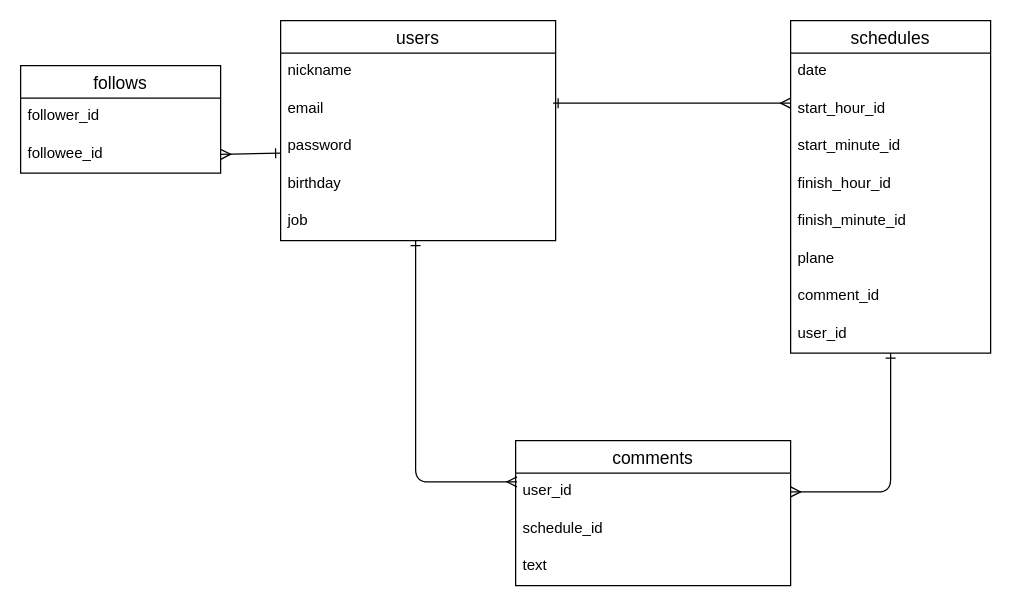
Before: ER.dio in shindo244244/timeschedule, a draw.io diagram. Source tidied: cells renumbered, new cells numbered last; positions are measured from the earlier drawing's top-left corner, leaving out a move shared by most shapes. Both pictures are drawn from the tidied source at 125%, with x=0, y=0 at pixel (20, 20).
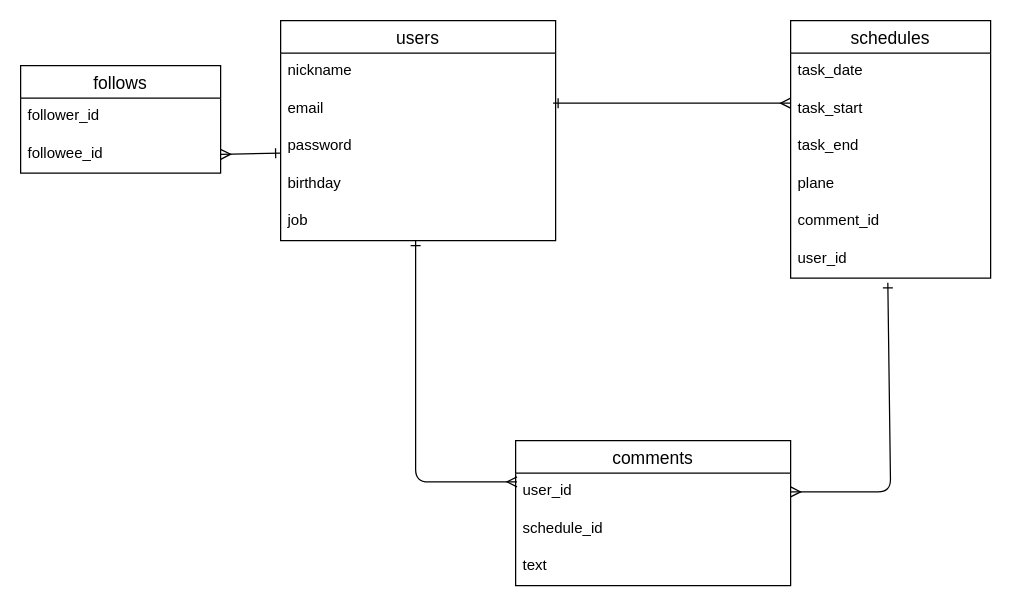
After the change.

The change refers to these unchanged cells:
```xml
<mxCell id="18" value="user_id" style="text;strokeColor=none;fillColor=none;spacingLeft=4;spacingRight=4;overflow=hidden;points=[[0,0.5],[1,0.5]];portConstraint=eastwest;fontSize=12;" parent="17" vertex="1">
  <mxGeometry y="26" width="220" height="30" as="geometry" />
</mxCell>
```

Diff of the diagram source:
```diff
@@
     <mxCell id="8" value="schedules" style="swimlane;fontStyle=0;horizontal=1;startSize=26;align=center;fontSize=14;" parent="1" vertex="1">
-      <mxGeometry x="616" width="160" height="266" as="geometry" />
+      <mxGeometry x="616" width="160" height="206" as="geometry" />
     </mxCell>
-    <mxCell id="9" value="date" style="text;strokeColor=none;fillColor=none;spacingLeft=4;spacingRight=4;overflow=hidden;fontSize=12;" parent="8" vertex="1">
+    <mxCell id="9" value="task_date" style="text;strokeColor=none;fillColor=none;spacingLeft=4;spacingRight=4;overflow=hidden;fontSize=12;" parent="8" vertex="1">
       <mxGeometry y="26" width="160" height="30" as="geometry" />
     </mxCell>
-    <mxCell id="10" value="start_hour_id" style="text;strokeColor=none;fillColor=none;spacingLeft=4;spacingRight=4;overflow=hidden;fontSize=12;" parent="8" vertex="1">
+    <mxCell id="10" value="task_start" style="text;strokeColor=none;fillColor=none;spacingLeft=4;spacingRight=4;overflow=hidden;fontSize=12;" parent="8" vertex="1">
       <mxGeometry y="56" width="160" height="30" as="geometry" />
     </mxCell>
-    <mxCell id="11" value="start_minute_id" style="text;strokeColor=none;fillColor=none;spacingLeft=4;spacingRight=4;overflow=hidden;fontSize=12;" parent="8" vertex="1">
+    <mxCell id="11" value="task_end" style="text;strokeColor=none;fillColor=none;spacingLeft=4;spacingRight=4;overflow=hidden;fontSize=12;" parent="8" vertex="1">
       <mxGeometry y="86" width="160" height="30" as="geometry" />
     </mxCell>
-    <mxCell id="12" value="finish_hour_id" style="text;strokeColor=none;fillColor=none;spacingLeft=4;spacingRight=4;overflow=hidden;fontSize=12;" parent="8" vertex="1">
-      <mxGeometry y="116" width="160" height="30" as="geometry" />
-    </mxCell>
-    <mxCell id="13" value="finish_minute_id" style="text;strokeColor=none;fillColor=none;spacingLeft=4;spacingRight=4;overflow=hidden;fontSize=12;" parent="8" vertex="1">
-      <mxGeometry y="146" width="160" height="30" as="geometry" />
-    </mxCell>
     <mxCell id="14" value="plane" style="text;strokeColor=none;fillColor=none;spacingLeft=4;spacingRight=4;overflow=hidden;fontSize=12;" parent="8" vertex="1">
-      <mxGeometry y="176" width="160" height="30" as="geometry" />
+      <mxGeometry y="116" width="160" height="30" as="geometry" />
     </mxCell>
     <mxCell id="15" value="comment_id" style="text;strokeColor=none;fillColor=none;spacingLeft=4;spacingRight=4;overflow=hidden;fontSize=12;" parent="8" vertex="1">
-      <mxGeometry y="206" width="160" height="30" as="geometry" />
+      <mxGeometry y="146" width="160" height="30" as="geometry" />
     </mxCell>
     <mxCell id="16" value="user_id" style="text;strokeColor=none;fillColor=none;spacingLeft=4;spacingRight=4;overflow=hidden;points=[[0,0.5],[1,0.5]];portConstraint=eastwest;fontSize=12;" parent="8" vertex="1">
-      <mxGeometry y="236" width="160" height="30" as="geometry" />
+      <mxGeometry y="176" width="160" height="30" as="geometry" />
     </mxCell>
@@
-    <mxCell id="23" style="edgeStyle=none;html=1;entryX=1;entryY=0.5;entryDx=0;entryDy=0;endArrow=ERmany;endFill=0;startArrow=ERone;startFill=0;" parent="1" edge="1" target="18">
+    <mxCell id="23" style="edgeStyle=none;html=1;entryX=1;entryY=0.5;entryDx=0;entryDy=0;endArrow=ERmany;endFill=0;startArrow=ERone;startFill=0;exitX=0.486;exitY=1.126;exitDx=0;exitDy=0;exitPerimeter=0;" parent="1" edge="1" source="16" target="18">
       <mxGeometry relative="1" as="geometry">
-        <mxPoint x="696" y="266" as="sourcePoint" />
         <Array as="points">
           <mxPoint x="696" y="377" />
         </Array>
       </mxGeometry>
     </mxCell>
```
